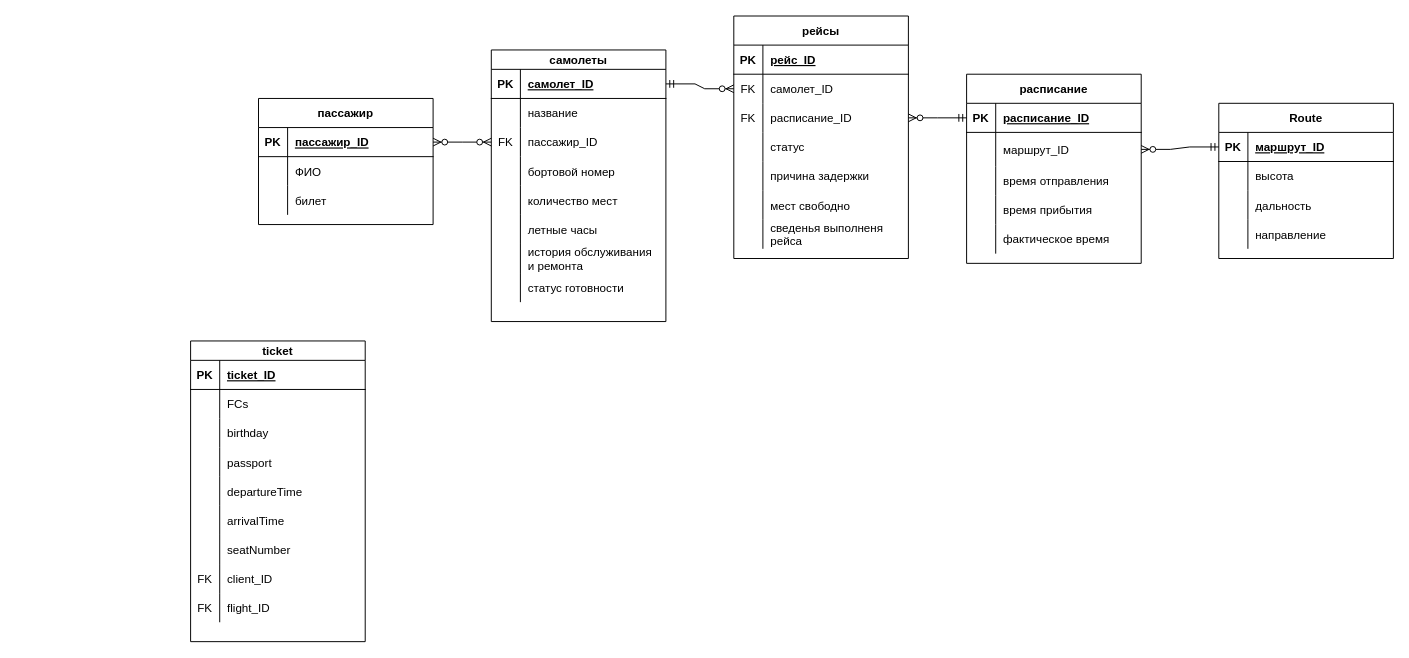
This is ERRR.drawio from 1DeMeNToR1/RocketModUpdater_32, a draw.io file, before an edit. Source tidied: cells renumbered, new cells numbered last; positions are measured from the earlier drawing's top-left corner, leaving out a move shared by most shapes. Both pictures are drawn from the tidied source at 97%, with x=0, y=0 at pixel (190, 16).
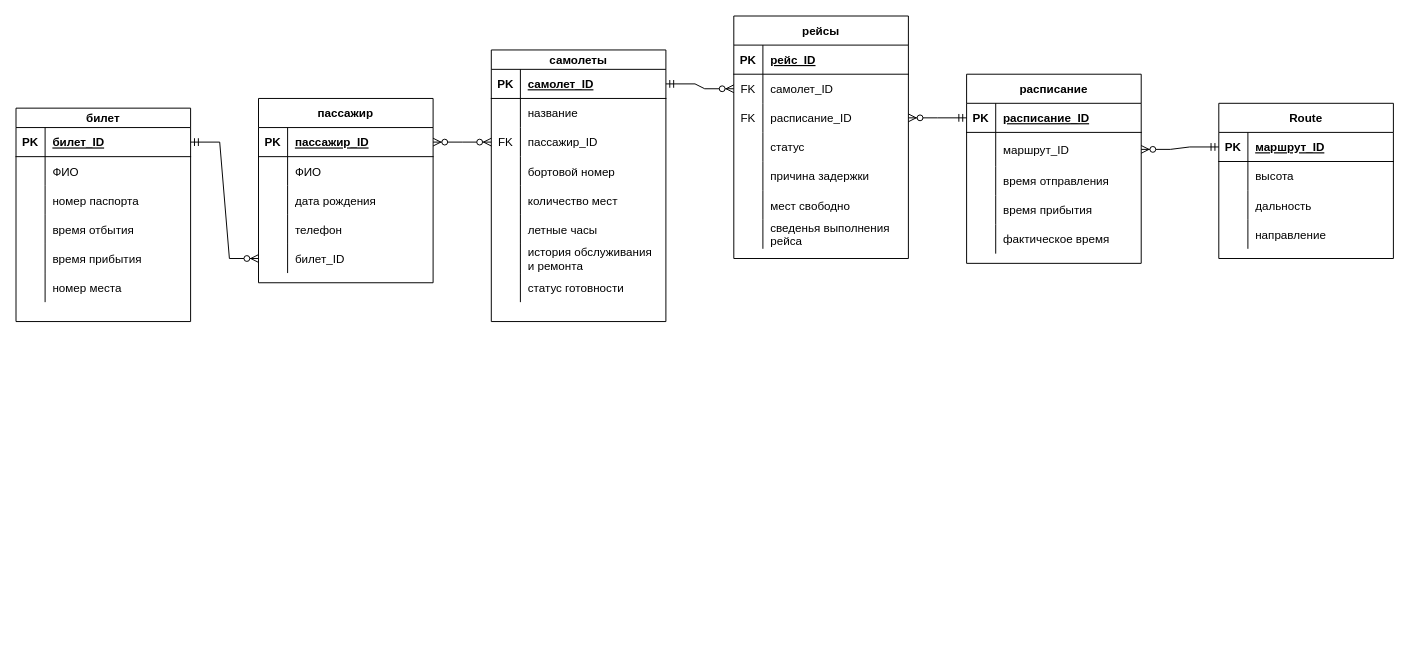
After the change.

Unchanged cells that the change refers to:
```xml
<mxCell id="28" style="shape=tableRow;horizontal=0;startSize=0;swimlaneHead=0;swimlaneBody=0;fillColor=none;points=[[0,0.5],[1,0.5]];portConstraint=eastwest;top=0;left=0;right=0;bottom=1;" parent="27" vertex="1">
  <mxGeometry y="20" width="180" height="30" as="geometry" />
</mxCell>
<mxCell id="31" style="shape=tableRow;horizontal=0;startSize=0;swimlaneHead=0;swimlaneBody=0;fillColor=none;top=0;left=0;right=0;bottom=0;" parent="27" vertex="1">
  <mxGeometry y="50" width="180" height="30" as="geometry" />
</mxCell>
<mxCell id="100" style="shape=tableRow;horizontal=0;startSize=0;swimlaneHead=0;swimlaneBody=0;fillColor=none;top=0;left=0;right=0;bottom=0;" parent="81" vertex="1">
  <mxGeometry y="210" width="180" height="30" as="geometry" />
</mxCell>
```

What changed in the source:
```diff
@@
-    <mxCell id="27" value="ticket" style="shape=table;startSize=20;childLayout=tableLayout;rowLines=0;fontStyle=1;align=center;" parent="1" vertex="1">
-      <mxGeometry y="335" width="180" height="310" as="geometry" />
+    <mxCell id="27" value="билет" style="shape=table;startSize=20;childLayout=tableLayout;rowLines=0;fontStyle=1;align=center;" parent="1" vertex="1">
+      <mxGeometry x="-180" y="95" width="180" height="220" as="geometry" />
     </mxCell>
@@
-    <mxCell id="30" value="ticket_ID" style="shape=partialRectangle;fillColor=none;top=0;left=0;bottom=0;right=0;align=left;spacingLeft=6;fontStyle=5;overflow=hidden;" parent="28" vertex="1">
+    <mxCell id="30" value="билет_ID" style="shape=partialRectangle;fillColor=none;top=0;left=0;bottom=0;right=0;align=left;spacingLeft=6;fontStyle=5;overflow=hidden;" parent="28" vertex="1">
       <mxGeometry x="30" width="150" height="30" as="geometry" />
     </mxCell>
@@
-    <mxCell id="33" value="FCs" style="shape=partialRectangle;fillColor=none;top=0;left=0;bottom=0;right=0;align=left;spacingLeft=6;overflow=hidden;" parent="31" vertex="1">
+    <mxCell id="33" value="ФИО" style="shape=partialRectangle;fillColor=none;top=0;left=0;bottom=0;right=0;align=left;spacingLeft=6;overflow=hidden;" parent="31" vertex="1">
       <mxGeometry x="30" width="150" height="30" as="geometry" />
     </mxCell>
-    <mxCell id="34" style="shape=tableRow;horizontal=0;startSize=0;swimlaneHead=0;swimlaneBody=0;fillColor=none;top=0;left=0;right=0;bottom=0;" parent="27" vertex="1">
-      <mxGeometry y="80" width="180" height="30" as="geometry" />
-    </mxCell>
-    <mxCell id="35" style="shape=partialRectangle;fillColor=none;top=0;left=0;bottom=0;right=0;overflow=hidden;" parent="34" vertex="1">
-      <mxGeometry width="30" height="30" as="geometry" />
-    </mxCell>
-    <mxCell id="36" value="birthday" style="shape=partialRectangle;fillColor=none;top=0;left=0;bottom=0;right=0;align=left;spacingLeft=6;overflow=hidden;" parent="34" vertex="1">
-      <mxGeometry x="30" width="150" height="30" as="geometry" />
-    </mxCell>
     <mxCell id="37" style="shape=tableRow;horizontal=0;startSize=0;swimlaneHead=0;swimlaneBody=0;fillColor=none;top=0;left=0;right=0;bottom=0;" parent="27" vertex="1">
-      <mxGeometry y="110" width="180" height="30" as="geometry" />
+      <mxGeometry y="80" width="180" height="30" as="geometry" />
     </mxCell>
@@
-    <mxCell id="39" value="passport" style="shape=partialRectangle;fillColor=none;top=0;left=0;bottom=0;right=0;align=left;spacingLeft=6;overflow=hidden;" parent="37" vertex="1">
+    <mxCell id="39" value="номер паспорта" style="shape=partialRectangle;fillColor=none;top=0;left=0;bottom=0;right=0;align=left;spacingLeft=6;overflow=hidden;" parent="37" vertex="1">
       <mxGeometry x="30" width="150" height="30" as="geometry" />
     </mxCell>
     <mxCell id="40" style="shape=tableRow;horizontal=0;startSize=0;swimlaneHead=0;swimlaneBody=0;fillColor=none;top=0;left=0;right=0;bottom=0;" parent="27" vertex="1">
-      <mxGeometry y="140" width="180" height="30" as="geometry" />
+      <mxGeometry y="110" width="180" height="30" as="geometry" />
     </mxCell>
@@
-    <mxCell id="42" value="departureTime" style="shape=partialRectangle;fillColor=none;top=0;left=0;bottom=0;right=0;align=left;spacingLeft=6;overflow=hidden;" parent="40" vertex="1">
+    <mxCell id="42" value="время отбытия" style="shape=partialRectangle;fillColor=none;top=0;left=0;bottom=0;right=0;align=left;spacingLeft=6;overflow=hidden;" parent="40" vertex="1">
       <mxGeometry x="30" width="150" height="30" as="geometry" />
     </mxCell>
     <mxCell id="43" style="shape=tableRow;horizontal=0;startSize=0;swimlaneHead=0;swimlaneBody=0;fillColor=none;top=0;left=0;right=0;bottom=0;" parent="27" vertex="1">
-      <mxGeometry y="170" width="180" height="30" as="geometry" />
+      <mxGeometry y="140" width="180" height="30" as="geometry" />
     </mxCell>
@@
-    <mxCell id="45" value="arrivalTime" style="shape=partialRectangle;fillColor=none;top=0;left=0;bottom=0;right=0;align=left;spacingLeft=6;overflow=hidden;" parent="43" vertex="1">
+    <mxCell id="45" value="время прибытия" style="shape=partialRectangle;fillColor=none;top=0;left=0;bottom=0;right=0;align=left;spacingLeft=6;overflow=hidden;" parent="43" vertex="1">
       <mxGeometry x="30" width="150" height="30" as="geometry" />
     </mxCell>
     <mxCell id="46" style="shape=tableRow;horizontal=0;startSize=0;swimlaneHead=0;swimlaneBody=0;fillColor=none;top=0;left=0;right=0;bottom=0;" parent="27" vertex="1">
-      <mxGeometry y="200" width="180" height="30" as="geometry" />
+      <mxGeometry y="170" width="180" height="30" as="geometry" />
     </mxCell>
@@
-    <mxCell id="48" value="seatNumber" style="shape=partialRectangle;fillColor=none;top=0;left=0;bottom=0;right=0;align=left;spacingLeft=6;overflow=hidden;" parent="46" vertex="1">
+    <mxCell id="48" value="номер места" style="shape=partialRectangle;fillColor=none;top=0;left=0;bottom=0;right=0;align=left;spacingLeft=6;overflow=hidden;" parent="46" vertex="1">
       <mxGeometry x="30" width="150" height="30" as="geometry" />
     </mxCell>
-    <mxCell id="49" style="shape=tableRow;horizontal=0;startSize=0;swimlaneHead=0;swimlaneBody=0;fillColor=none;top=0;left=0;right=0;bottom=0;" parent="27" vertex="1">
-      <mxGeometry y="230" width="180" height="30" as="geometry" />
-    </mxCell>
-    <mxCell id="50" value="FK" style="shape=partialRectangle;fillColor=none;top=0;left=0;bottom=0;right=0;overflow=hidden;" parent="49" vertex="1">
-      <mxGeometry width="30" height="30" as="geometry" />
-    </mxCell>
-    <mxCell id="51" value="client_ID" style="shape=partialRectangle;fillColor=none;top=0;left=0;bottom=0;right=0;align=left;spacingLeft=6;overflow=hidden;" parent="49" vertex="1">
-      <mxGeometry x="30" width="150" height="30" as="geometry" />
-    </mxCell>
-    <mxCell id="52" style="shape=tableRow;horizontal=0;startSize=0;swimlaneHead=0;swimlaneBody=0;fillColor=none;top=0;left=0;right=0;bottom=0;" parent="27" vertex="1">
-      <mxGeometry y="260" width="180" height="30" as="geometry" />
-    </mxCell>
-    <mxCell id="53" value="FK" style="shape=partialRectangle;fillColor=none;top=0;left=0;bottom=0;right=0;overflow=hidden;" parent="52" vertex="1">
-      <mxGeometry width="30" height="30" as="geometry" />
-    </mxCell>
-    <mxCell id="54" value="flight_ID" style="shape=partialRectangle;fillColor=none;top=0;left=0;bottom=0;right=0;align=left;spacingLeft=6;overflow=hidden;" parent="52" vertex="1">
-      <mxGeometry x="30" width="150" height="30" as="geometry" />
-    </mxCell>
     <mxCell id="55" value="пассажир" style="shape=table;startSize=30;childLayout=tableLayout;rowLines=0;fontStyle=1;align=center;" parent="1" vertex="1">
-      <mxGeometry x="70" y="85" width="180" height="130" as="geometry" />
+      <mxGeometry x="70" y="85" width="180" height="190" as="geometry" />
     </mxCell>
@@
+    <mxCell id="34" style="shape=tableRow;horizontal=0;startSize=0;swimlaneHead=0;swimlaneBody=0;fillColor=none;top=0;left=0;right=0;bottom=0;" parent="55" vertex="1">
+      <mxGeometry y="90" width="180" height="30" as="geometry" />
+    </mxCell>
+    <mxCell id="35" style="shape=partialRectangle;fillColor=none;top=0;left=0;bottom=0;right=0;overflow=hidden;" parent="34" vertex="1">
+      <mxGeometry width="30" height="30" as="geometry" />
+    </mxCell>
+    <mxCell id="36" value="дата рождения" style="shape=partialRectangle;fillColor=none;top=0;left=0;bottom=0;right=0;align=left;spacingLeft=6;overflow=hidden;" parent="34" vertex="1">
+      <mxGeometry x="30" width="150" height="30" as="geometry" />
+    </mxCell>
+    <mxCell id="120" style="shape=tableRow;horizontal=0;startSize=0;swimlaneHead=0;swimlaneBody=0;fillColor=none;top=0;left=0;right=0;bottom=0;" parent="55" vertex="1">
+      <mxGeometry y="120" width="180" height="30" as="geometry" />
+    </mxCell>
+    <mxCell id="121" style="shape=partialRectangle;fillColor=none;top=0;left=0;bottom=0;right=0;overflow=hidden;" parent="120" vertex="1">
+      <mxGeometry width="30" height="30" as="geometry" />
+    </mxCell>
+    <mxCell id="122" value="телефон" style="shape=partialRectangle;fillColor=none;top=0;left=0;bottom=0;right=0;align=left;spacingLeft=6;overflow=hidden;" parent="120" vertex="1">
+      <mxGeometry x="30" width="150" height="30" as="geometry" />
+    </mxCell>
     <mxCell id="62" style="shape=tableRow;horizontal=0;startSize=0;swimlaneHead=0;swimlaneBody=0;fillColor=none;points=[[0,0.5],[1,0.5]];portConstraint=eastwest;top=0;left=0;right=0;bottom=0;" parent="55" vertex="1">
-      <mxGeometry y="90" width="180" height="30" as="geometry" />
+      <mxGeometry y="150" width="180" height="30" as="geometry" />
     </mxCell>
@@
-    <mxCell id="64" value="билет" style="shape=partialRectangle;fillColor=none;top=0;left=0;bottom=0;right=0;align=left;spacingLeft=6;overflow=hidden;" parent="62" vertex="1">
+    <mxCell id="64" value="билет_ID" style="shape=partialRectangle;fillColor=none;top=0;left=0;bottom=0;right=0;align=left;spacingLeft=6;overflow=hidden;" parent="62" vertex="1">
       <mxGeometry x="30" width="150" height="30" as="geometry" />
     </mxCell>
@@
-    <mxCell id="102" value="сведенья выполненя&#10;рейса" style="shape=partialRectangle;fillColor=none;top=0;left=0;bottom=0;right=0;align=left;spacingLeft=6;overflow=hidden;" parent="100" vertex="1">
+    <mxCell id="102" value="сведенья выполнения&#10;рейса" style="shape=partialRectangle;fillColor=none;top=0;left=0;bottom=0;right=0;align=left;spacingLeft=6;overflow=hidden;" parent="100" vertex="1">
       <mxGeometry x="30" width="150" height="30" as="geometry" />
     </mxCell>
@@
+    <mxCell id="123" style="edgeStyle=entityRelationEdgeStyle;fontSize=12;html=1;endArrow=ERzeroToMany;startArrow=ERmandOne;rounded=0;exitX=1;exitY=0.5;exitDx=0;exitDy=0;entryX=0;entryY=0.5;entryDx=0;entryDy=0;" parent="1" edge="1" source="28" target="62">
+      <mxGeometry relative="1" as="geometry" />
+    </mxCell>
```
